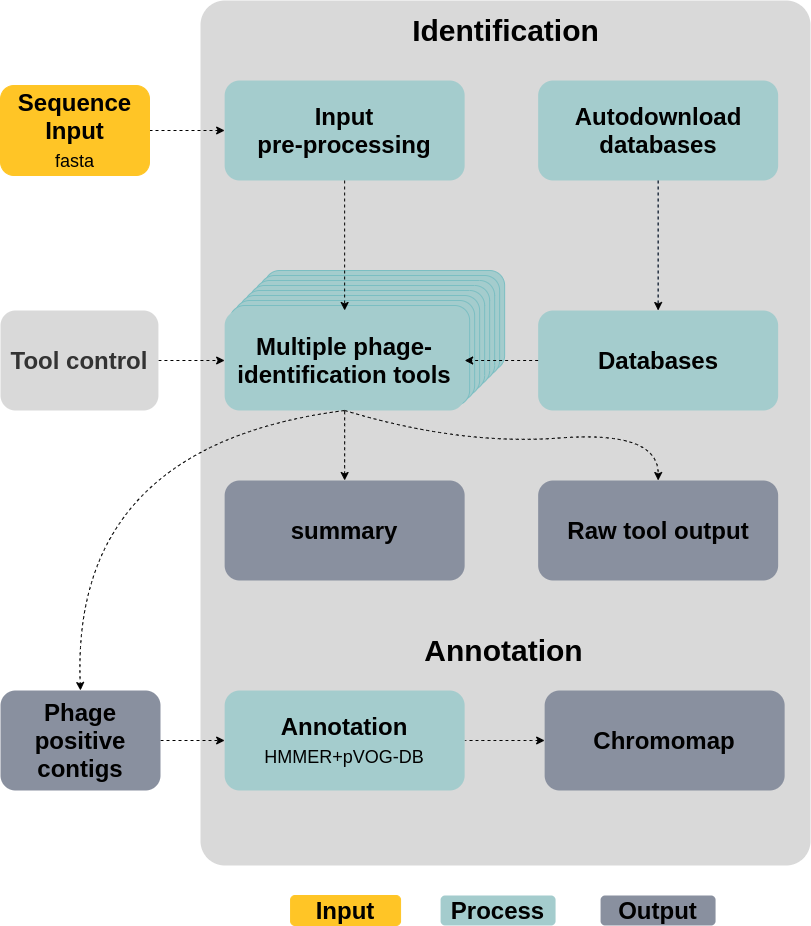
Above: figures/wtp-flowchart-simple.png in replikation/What_the_Phage (draw.io), before the change. Source tidied: cells renumbered, new cells last; positions are measured from the earlier drawing's top-left corner, leaving out a move shared by most shapes.
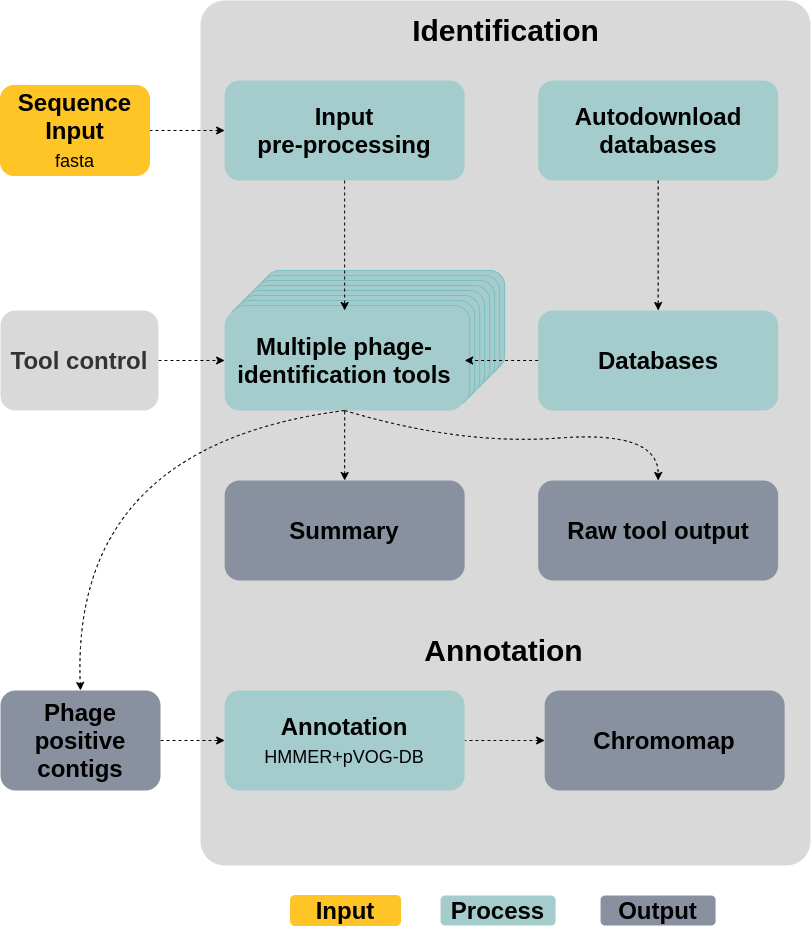
Above is the later version.

Diff of the diagram source:
```diff
@@ -162,7 +162,7 @@
         </Array>
       </mxGeometry>
     </mxCell>
-    <mxCell id="46" value="&lt;b&gt;summary&lt;/b&gt;" style="rounded=1;whiteSpace=wrap;html=1;strokeColor=none;fillColor=#89909F;fontSize=24;fontColor=#000000;" parent="1" vertex="1">
+    <mxCell id="46" value="&lt;b&gt;Summary&lt;/b&gt;" style="rounded=1;whiteSpace=wrap;html=1;strokeColor=none;fillColor=#89909F;fontSize=24;fontColor=#000000;" parent="1" vertex="1">
       <mxGeometry x="224.1" y="480" width="240" height="100" as="geometry" />
     </mxCell>
     <mxCell id="47" value="&lt;b&gt;Raw tool output&lt;/b&gt;" style="rounded=1;whiteSpace=wrap;html=1;strokeColor=none;fillColor=#89909F;fontSize=24;fontColor=#000000;" parent="1" vertex="1">
```
